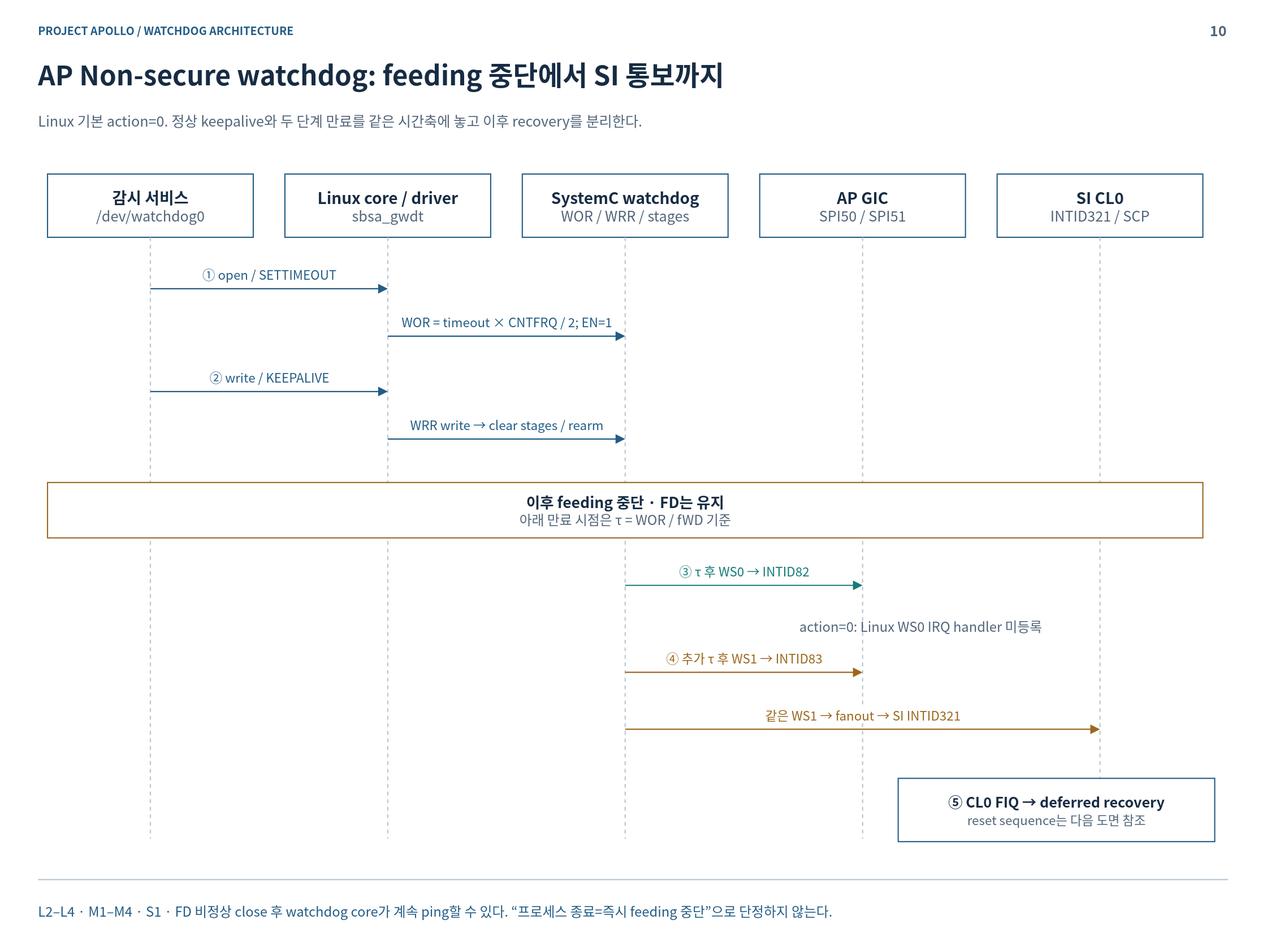
cometzero/project-apollo keeps this draw.io diagram as doc/phase1/watchdog/diagrams/10-linux-sequence.drawio.svg. Above is the earlier version. Source tidied: cells renumbered, new cells last; positions are measured from the earlier drawing's top-left corner, leaving out a move shared by most shapes. Source of this version:
```xml
<mxGraphModel background="#FFFFFF">
  <root>
    <mxCell id="0" />
    <mxCell id="1" parent="0" />
    <mxCell id="2" style="rounded=0;whiteSpace=wrap;html=1;fillColor=#FFFFFF;strokeWidth=1.5;fontFamily=Noto Sans CJK KR;fontSize=18;spacing=12;fontColor=#172C43;strokeColor=none;" parent="1" vertex="1">
      <mxGeometry width="1600" height="1200" as="geometry" />
    </mxCell>
    <mxCell id="3" value="PROJECT APOLLO / WATCHDOG ARCHITECTURE" style="rounded=0;whiteSpace=wrap;html=1;fillColor=#FFFFFF;strokeWidth=1.5;fontFamily=Noto Sans CJK KR;fontSize=18;spacing=12;fontColor=#172C43;strokeColor=none;fillColor=none;spacing=0;align=left;verticalAlign=middle;fontSize=14;fontColor=#235D86;fontStyle=1;" parent="1" vertex="1">
      <mxGeometry x="48" y="26" width="1400" height="24" as="geometry" />
    </mxCell>
    <mxCell id="4" value="10" style="rounded=0;whiteSpace=wrap;html=1;fillColor=#FFFFFF;strokeWidth=1.5;fontFamily=Noto Sans CJK KR;fontSize=18;spacing=12;fontColor=#172C43;strokeColor=none;fillColor=none;spacing=0;align=right;verticalAlign=middle;fontSize=18;fontColor=#52657A;fontStyle=1;" parent="1" vertex="1">
      <mxGeometry x="1485" y="23" width="65" height="30" as="geometry" />
    </mxCell>
    <mxCell id="5" value="AP Non-secure watchdog: feeding 중단에서 SI 통보까지" style="rounded=0;whiteSpace=wrap;html=1;fillColor=#FFFFFF;strokeWidth=1.5;fontFamily=Noto Sans CJK KR;fontSize=18;spacing=12;fontColor=#172C43;strokeColor=none;fillColor=none;spacing=0;align=left;verticalAlign=middle;fontSize=34;fontColor=#172C43;fontStyle=1;" parent="1" vertex="1">
      <mxGeometry x="48" y="67" width="1504" height="54" as="geometry" />
    </mxCell>
    <mxCell id="6" value="Linux 기본 action=0. 정상 keepalive와 두 단계 만료를 같은 시간축에 놓고 이후 recovery를 분리한다." style="rounded=0;whiteSpace=wrap;html=1;fillColor=#FFFFFF;strokeWidth=1.5;fontFamily=Noto Sans CJK KR;fontSize=18;spacing=12;fontColor=#172C43;strokeColor=none;fillColor=none;spacing=0;align=left;verticalAlign=middle;fontSize=18;fontColor=#52657A;fontStyle=0;" parent="1" vertex="1">
      <mxGeometry x="48" y="127" width="1504" height="50" as="geometry" />
    </mxCell>
    <mxCell id="7" style="html=1;whiteSpace=nowrap;edgeStyle=none;endArrow=none;endSize=8;strokeWidth=1.6;strokeColor=#BAC7D3;fontColor=#BAC7D3;fontFamily=Noto Sans CJK KR;fontSize=16;labelBackgroundColor=#FFFFFF;dashed=0;" parent="1" edge="1">
      <mxGeometry relative="1" as="geometry">
        <mxPoint x="48" y="1112" as="sourcePoint" />
        <mxPoint x="1552" y="1112" as="targetPoint" />
      </mxGeometry>
    </mxCell>
    <mxCell id="8" value="L2–L4 · M1–M4 · S1 · FD 비정상 close 후 watchdog core가 계속 ping할 수 있다. “프로세스 종료=즉시 feeding 중단”으로 단정하지 않는다." style="rounded=0;whiteSpace=wrap;html=1;fillColor=#FFFFFF;strokeWidth=1.5;fontFamily=Noto Sans CJK KR;fontSize=18;spacing=12;fontColor=#172C43;strokeColor=none;fillColor=none;spacing=0;align=left;verticalAlign=middle;fontSize=17;fontColor=#235D86;fontStyle=0;" parent="1" vertex="1">
      <mxGeometry x="48" y="1127" width="1504" height="50" as="geometry" />
    </mxCell>
    <mxCell id="9" value="&lt;b style=&quot;font-size:20px&quot;&gt;감시 서비스&lt;/b&gt;&lt;br&gt;&lt;font color=&quot;#52657A&quot; style=&quot;font-size:18px&quot;&gt;/dev/watchdog0&lt;/font&gt;" style="rounded=0;whiteSpace=wrap;html=1;fillColor=#FFFFFF;strokeWidth=1.5;fontFamily=Noto Sans CJK KR;fontSize=18;spacing=12;fontColor=#172C43;strokeColor=#235D86;" parent="1" vertex="1">
      <mxGeometry x="60" y="220" width="260" height="80" as="geometry" />
    </mxCell>
    <mxCell id="10" style="html=1;whiteSpace=nowrap;edgeStyle=none;endArrow=none;endSize=8;strokeWidth=1.6;strokeColor=#BAC7D3;fontColor=#BAC7D3;fontFamily=Noto Sans CJK KR;fontSize=16;labelBackgroundColor=#FFFFFF;dashed=1;" parent="1" edge="1">
      <mxGeometry relative="1" as="geometry">
        <mxPoint x="190" y="300" as="sourcePoint" />
        <mxPoint x="190" y="1060" as="targetPoint" />
      </mxGeometry>
    </mxCell>
    <mxCell id="11" value="&lt;b style=&quot;font-size:20px&quot;&gt;Linux core / driver&lt;/b&gt;&lt;br&gt;&lt;font color=&quot;#52657A&quot; style=&quot;font-size:18px&quot;&gt;sbsa_gwdt&lt;/font&gt;" style="rounded=0;whiteSpace=wrap;html=1;fillColor=#FFFFFF;strokeWidth=1.5;fontFamily=Noto Sans CJK KR;fontSize=18;spacing=12;fontColor=#172C43;strokeColor=#235D86;" parent="1" vertex="1">
      <mxGeometry x="360" y="220" width="260" height="80" as="geometry" />
    </mxCell>
    <mxCell id="12" style="html=1;whiteSpace=nowrap;edgeStyle=none;endArrow=none;endSize=8;strokeWidth=1.6;strokeColor=#BAC7D3;fontColor=#BAC7D3;fontFamily=Noto Sans CJK KR;fontSize=16;labelBackgroundColor=#FFFFFF;dashed=1;" parent="1" edge="1">
      <mxGeometry relative="1" as="geometry">
        <mxPoint x="490" y="300" as="sourcePoint" />
        <mxPoint x="490" y="1060" as="targetPoint" />
      </mxGeometry>
    </mxCell>
    <mxCell id="13" value="&lt;b style=&quot;font-size:20px&quot;&gt;SystemC watchdog&lt;/b&gt;&lt;br&gt;&lt;font color=&quot;#52657A&quot; style=&quot;font-size:18px&quot;&gt;WOR / WRR / stages&lt;/font&gt;" style="rounded=0;whiteSpace=wrap;html=1;fillColor=#FFFFFF;strokeWidth=1.5;fontFamily=Noto Sans CJK KR;fontSize=18;spacing=12;fontColor=#172C43;strokeColor=#235D86;" parent="1" vertex="1">
      <mxGeometry x="660" y="220" width="260" height="80" as="geometry" />
    </mxCell>
    <mxCell id="14" style="html=1;whiteSpace=nowrap;edgeStyle=none;endArrow=none;endSize=8;strokeWidth=1.6;strokeColor=#BAC7D3;fontColor=#BAC7D3;fontFamily=Noto Sans CJK KR;fontSize=16;labelBackgroundColor=#FFFFFF;dashed=1;" parent="1" edge="1">
      <mxGeometry relative="1" as="geometry">
        <mxPoint x="790" y="300" as="sourcePoint" />
        <mxPoint x="790" y="1060" as="targetPoint" />
      </mxGeometry>
    </mxCell>
    <mxCell id="15" value="&lt;b style=&quot;font-size:20px&quot;&gt;AP GIC&lt;/b&gt;&lt;br&gt;&lt;font color=&quot;#52657A&quot; style=&quot;font-size:18px&quot;&gt;SPI50 / SPI51&lt;/font&gt;" style="rounded=0;whiteSpace=wrap;html=1;fillColor=#FFFFFF;strokeWidth=1.5;fontFamily=Noto Sans CJK KR;fontSize=18;spacing=12;fontColor=#172C43;strokeColor=#235D86;" parent="1" vertex="1">
      <mxGeometry x="960" y="220" width="260" height="80" as="geometry" />
    </mxCell>
    <mxCell id="16" style="html=1;whiteSpace=nowrap;edgeStyle=none;endArrow=none;endSize=8;strokeWidth=1.6;strokeColor=#BAC7D3;fontColor=#BAC7D3;fontFamily=Noto Sans CJK KR;fontSize=16;labelBackgroundColor=#FFFFFF;dashed=1;" parent="1" edge="1">
      <mxGeometry relative="1" as="geometry">
        <mxPoint x="1090" y="300" as="sourcePoint" />
        <mxPoint x="1090" y="1060" as="targetPoint" />
      </mxGeometry>
    </mxCell>
    <mxCell id="17" value="&lt;b style=&quot;font-size:20px&quot;&gt;SI CL0&lt;/b&gt;&lt;br&gt;&lt;font color=&quot;#52657A&quot; style=&quot;font-size:18px&quot;&gt;INTID321 / SCP&lt;/font&gt;" style="rounded=0;whiteSpace=wrap;html=1;fillColor=#FFFFFF;strokeWidth=1.5;fontFamily=Noto Sans CJK KR;fontSize=18;spacing=12;fontColor=#172C43;strokeColor=#235D86;" parent="1" vertex="1">
      <mxGeometry x="1260" y="220" width="260" height="80" as="geometry" />
    </mxCell>
    <mxCell id="18" style="html=1;whiteSpace=nowrap;edgeStyle=none;endArrow=none;endSize=8;strokeWidth=1.6;strokeColor=#BAC7D3;fontColor=#BAC7D3;fontFamily=Noto Sans CJK KR;fontSize=16;labelBackgroundColor=#FFFFFF;dashed=1;" parent="1" edge="1">
      <mxGeometry relative="1" as="geometry">
        <mxPoint x="1390" y="300" as="sourcePoint" />
        <mxPoint x="1390" y="1060" as="targetPoint" />
      </mxGeometry>
    </mxCell>
    <mxCell id="19" value="① open / SETTIMEOUT" style="html=1;whiteSpace=nowrap;edgeStyle=none;endArrow=block;endSize=8;strokeWidth=1.6;strokeColor=#235D86;fontColor=#235D86;fontFamily=Noto Sans CJK KR;fontSize=16;labelBackgroundColor=#FFFFFF;dashed=0;" parent="1" edge="1">
      <mxGeometry relative="1" as="geometry">
        <mxPoint x="190" y="365" as="sourcePoint" />
        <mxPoint x="490" y="365" as="targetPoint" />
        <mxPoint y="-18" as="offset" />
      </mxGeometry>
    </mxCell>
    <mxCell id="20" value="WOR = timeout × CNTFRQ / 2; EN=1" style="html=1;whiteSpace=nowrap;edgeStyle=none;endArrow=block;endSize=8;strokeWidth=1.6;strokeColor=#235D86;fontColor=#235D86;fontFamily=Noto Sans CJK KR;fontSize=16;labelBackgroundColor=#FFFFFF;dashed=0;" parent="1" edge="1">
      <mxGeometry relative="1" as="geometry">
        <mxPoint x="490" y="425" as="sourcePoint" />
        <mxPoint x="790" y="425" as="targetPoint" />
        <mxPoint y="-18" as="offset" />
      </mxGeometry>
    </mxCell>
    <mxCell id="21" value="② write / KEEPALIVE" style="html=1;whiteSpace=nowrap;edgeStyle=none;endArrow=block;endSize=8;strokeWidth=1.6;strokeColor=#235D86;fontColor=#235D86;fontFamily=Noto Sans CJK KR;fontSize=16;labelBackgroundColor=#FFFFFF;dashed=0;" parent="1" edge="1">
      <mxGeometry relative="1" as="geometry">
        <mxPoint x="190" y="495" as="sourcePoint" />
        <mxPoint x="490" y="495" as="targetPoint" />
        <mxPoint y="-18" as="offset" />
      </mxGeometry>
    </mxCell>
    <mxCell id="22" value="WRR write → clear stages / rearm" style="html=1;whiteSpace=nowrap;edgeStyle=none;endArrow=block;endSize=8;strokeWidth=1.6;strokeColor=#235D86;fontColor=#235D86;fontFamily=Noto Sans CJK KR;fontSize=16;labelBackgroundColor=#FFFFFF;dashed=0;" parent="1" edge="1">
      <mxGeometry relative="1" as="geometry">
        <mxPoint x="490" y="555" as="sourcePoint" />
        <mxPoint x="790" y="555" as="targetPoint" />
        <mxPoint y="-18" as="offset" />
      </mxGeometry>
    </mxCell>
    <mxCell id="23" value="&lt;b style=&quot;font-size:19px&quot;&gt;이후 feeding 중단 · FD는 유지&lt;/b&gt;&lt;br&gt;&lt;font color=&quot;#52657A&quot; style=&quot;font-size:17px&quot;&gt;아래 만료 시점은 τ = WOR / fWD 기준&lt;/font&gt;" style="rounded=0;whiteSpace=wrap;html=1;fillColor=#FFFFFF;strokeWidth=1.5;fontFamily=Noto Sans CJK KR;fontSize=18;spacing=12;fontColor=#172C43;strokeColor=#9A681E;" parent="1" vertex="1">
      <mxGeometry x="60" y="610" width="1460" height="70" as="geometry" />
    </mxCell>
    <mxCell id="24" value="③ τ 후 WS0 → INTID82" style="html=1;whiteSpace=nowrap;edgeStyle=none;endArrow=block;endSize=8;strokeWidth=1.6;strokeColor=#147B79;fontColor=#147B79;fontFamily=Noto Sans CJK KR;fontSize=16;labelBackgroundColor=#FFFFFF;dashed=0;" parent="1" edge="1">
      <mxGeometry relative="1" as="geometry">
        <mxPoint x="790" y="740" as="sourcePoint" />
        <mxPoint x="1090" y="740" as="targetPoint" />
        <mxPoint y="-18" as="offset" />
      </mxGeometry>
    </mxCell>
    <mxCell id="25" value="action=0: Linux WS0 IRQ handler 미등록" style="rounded=0;whiteSpace=wrap;html=1;fillColor=#FFFFFF;strokeWidth=1.5;fontFamily=Noto Sans CJK KR;fontSize=18;spacing=12;fontColor=#172C43;strokeColor=none;fillColor=none;spacing=0;align=left;verticalAlign=middle;fontSize=17;fontColor=#52657A;fontStyle=0;" parent="1" vertex="1">
      <mxGeometry x="1010" y="769" width="500" height="45" as="geometry" />
    </mxCell>
    <mxCell id="26" value="④ 추가 τ 후 WS1 → INTID83" style="html=1;whiteSpace=nowrap;edgeStyle=none;endArrow=block;endSize=8;strokeWidth=1.6;strokeColor=#9A681E;fontColor=#9A681E;fontFamily=Noto Sans CJK KR;fontSize=16;labelBackgroundColor=#FFFFFF;dashed=0;" parent="1" edge="1">
      <mxGeometry relative="1" as="geometry">
        <mxPoint x="790" y="850" as="sourcePoint" />
        <mxPoint x="1090" y="850" as="targetPoint" />
        <mxPoint y="-18" as="offset" />
      </mxGeometry>
    </mxCell>
    <mxCell id="27" value="같은 WS1 → fanout → SI INTID321" style="html=1;whiteSpace=nowrap;edgeStyle=none;endArrow=block;endSize=8;strokeWidth=1.6;strokeColor=#9A681E;fontColor=#9A681E;fontFamily=Noto Sans CJK KR;fontSize=16;labelBackgroundColor=#FFFFFF;dashed=0;" parent="1" edge="1">
      <mxGeometry relative="1" as="geometry">
        <mxPoint x="790" y="922" as="sourcePoint" />
        <mxPoint x="1390" y="922" as="targetPoint" />
        <mxPoint y="-18" as="offset" />
      </mxGeometry>
    </mxCell>
    <mxCell id="28" value="&lt;b style=&quot;font-size:18px&quot;&gt;⑤ CL0 FIQ → deferred recovery&lt;/b&gt;&lt;br&gt;&lt;font color=&quot;#52657A&quot; style=&quot;font-size:16px&quot;&gt;reset sequence는 다음 도면 참조&lt;/font&gt;" style="rounded=0;whiteSpace=wrap;html=1;fillColor=#FFFFFF;strokeWidth=1.5;fontFamily=Noto Sans CJK KR;fontSize=18;spacing=12;fontColor=#172C43;strokeColor=#235D86;" parent="1" vertex="1">
      <mxGeometry x="1135" y="984" width="400" height="80" as="geometry" />
    </mxCell>
  </root>
</mxGraphModel>
```
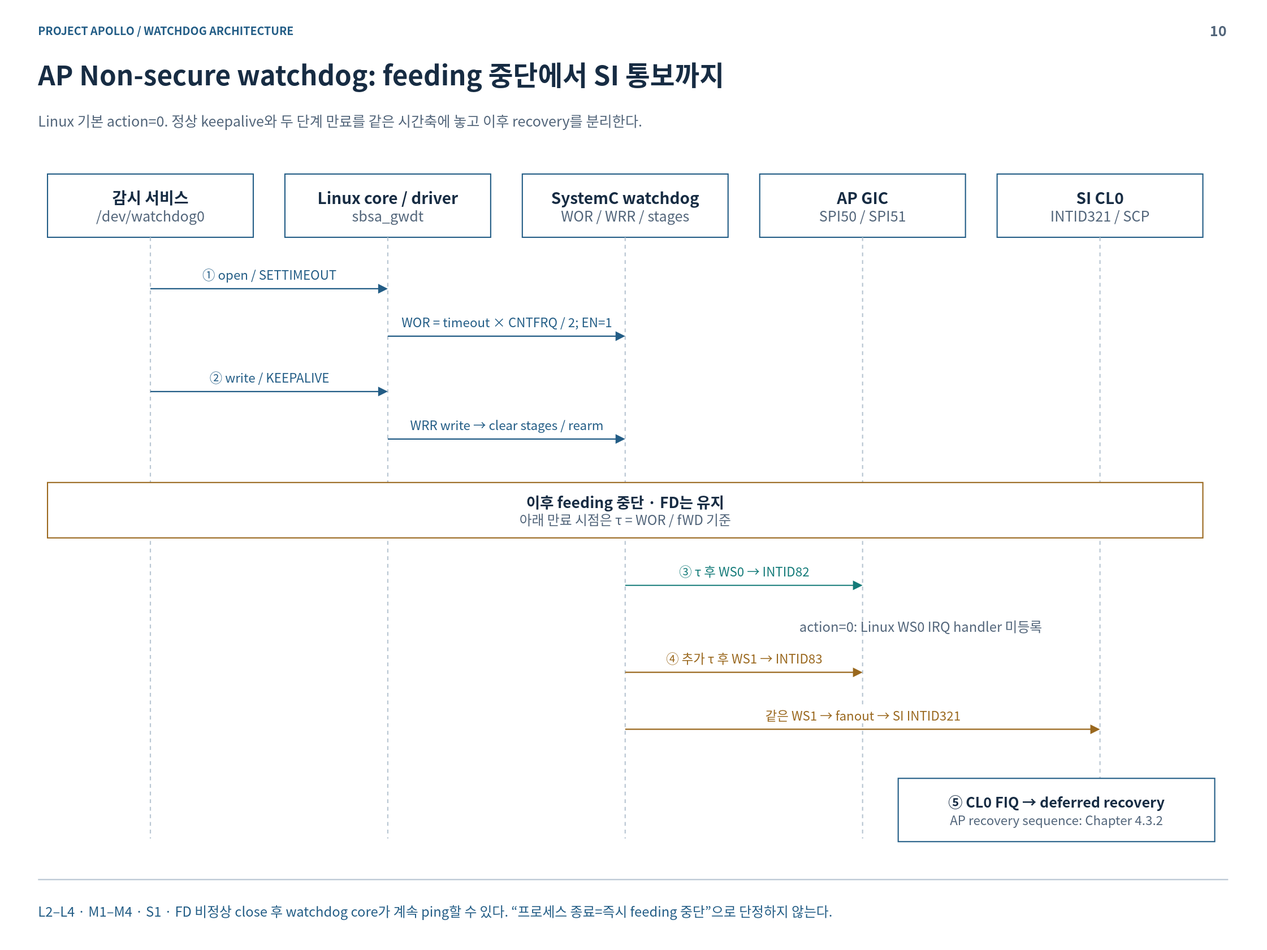
Above is the later version.

Diff of the diagram source:
```diff
@@ -126,7 +126,7 @@
         <mxPoint y="-18" as="offset" />
       </mxGeometry>
     </mxCell>
-    <mxCell id="28" value="&lt;b style=&quot;font-size:18px&quot;&gt;⑤ CL0 FIQ → deferred recovery&lt;/b&gt;&lt;br&gt;&lt;font color=&quot;#52657A&quot; style=&quot;font-size:16px&quot;&gt;reset sequence는 다음 도면 참조&lt;/font&gt;" style="rounded=0;whiteSpace=wrap;html=1;fillColor=#FFFFFF;strokeWidth=1.5;fontFamily=Noto Sans CJK KR;fontSize=18;spacing=12;fontColor=#172C43;strokeColor=#235D86;" parent="1" vertex="1">
+    <mxCell id="28" value="&lt;b style=&quot;font-size:18px&quot;&gt;⑤ CL0 FIQ → deferred recovery&lt;/b&gt;&lt;br&gt;&lt;font color=&quot;#52657A&quot; style=&quot;font-size:16px&quot;&gt;AP recovery sequence: Chapter 4.3.2&lt;/font&gt;" style="rounded=0;whiteSpace=wrap;html=1;fillColor=#FFFFFF;strokeWidth=1.5;fontFamily=Noto Sans CJK KR;fontSize=18;spacing=12;fontColor=#172C43;strokeColor=#235D86;" parent="1" vertex="1">
       <mxGeometry x="1135" y="984" width="400" height="80" as="geometry" />
     </mxCell>
   </root>
```
